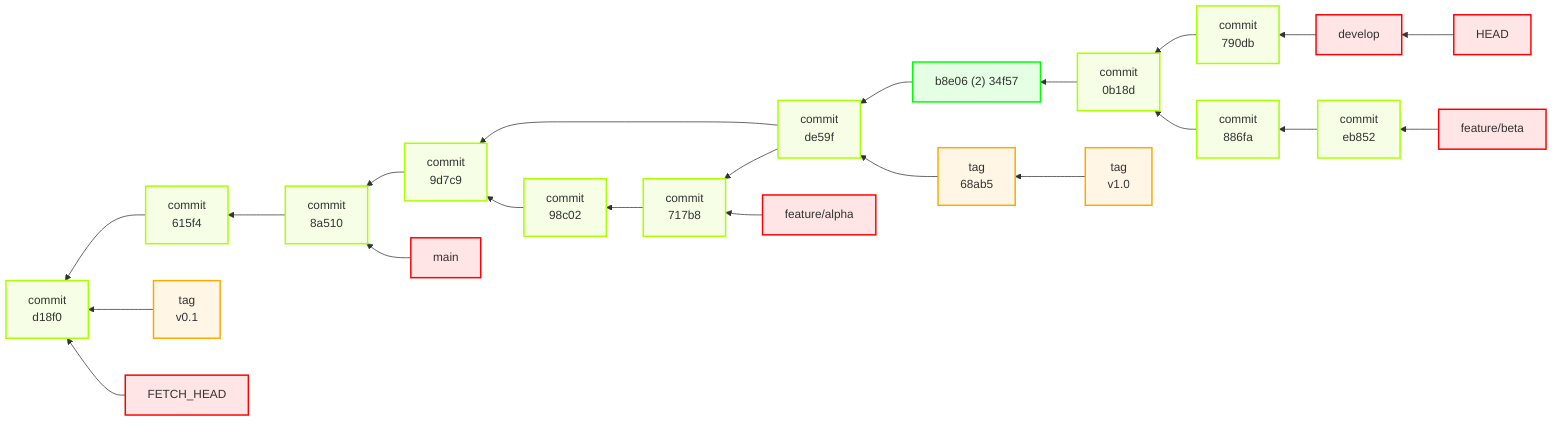
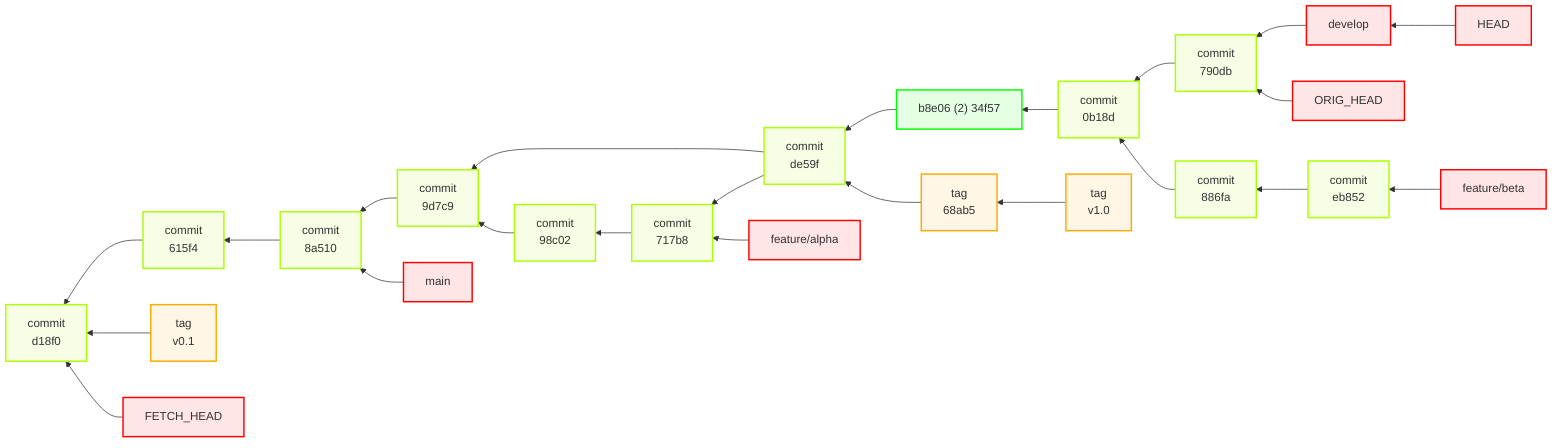
flowchart RL
    HEAD["HEAD"]
    refs_heads_develop["develop"]
    790db164f18098ef413853e56f7d93e70a2c187a["commit<br/>790db"]
    0b18da950bf84d50fbc7562a4747f13094fc85df["commit<br/>0b18d"]
    34f5775c53e87185c6f0c5342e74c9f9d9a06c40["b8e06 (2) 34f57"]
    de59f3a1667fc051ccc0b0682694585e36040bf4["commit<br/>de59f"]
    717b8ae6fe822a635bb36b718f6a7cb2a27863a5["commit<br/>717b8"]
    98c0271fb08e9ec656af44e1ce7e1f310d722f3b["commit<br/>98c02"]
    9d7c9410192654b9445d1935283210dbfa43d722["commit<br/>9d7c9"]
    8a510ae66f449135f143a5099d7f7c8755c8fe9a["commit<br/>8a510"]
    615f48cc20ab3061238d022c49147045241a004f["commit<br/>615f4"]
    d18f056029432df7a41eacf452447a111f0f4a12["commit<br/>d18f0"]
    refs_heads_feature_alpha["feature/alpha"]
    refs_heads_feature_beta["feature/beta"]
    eb852ccf183082960915022040318f9549283f89["commit<br/>eb852"]
    886fab2b89c493ab873baa91ecb1438da7321edc["commit<br/>886fa"]
    refs_heads_main["main"]
    refs_tags_v0_1["tag<br/>v0.1"]
    refs_tags_v1_0["tag<br/>v1.0"]
    68ab57a3957981ada1d7d99f5ed25152cf0c89d8["tag<br/>68ab5"]
    FETCH_HEAD["FETCH_HEAD"]
+     ORIG_HEAD["ORIG_HEAD"]
    HEAD --> refs_heads_develop
    refs_heads_develop --> 790db164f18098ef413853e56f7d93e70a2c187a
    790db164f18098ef413853e56f7d93e70a2c187a --> 0b18da950bf84d50fbc7562a4747f13094fc85df
    0b18da950bf84d50fbc7562a4747f13094fc85df --> 34f5775c53e87185c6f0c5342e74c9f9d9a06c40
    34f5775c53e87185c6f0c5342e74c9f9d9a06c40 --> de59f3a1667fc051ccc0b0682694585e36040bf4
    de59f3a1667fc051ccc0b0682694585e36040bf4 --> 9d7c9410192654b9445d1935283210dbfa43d722
    de59f3a1667fc051ccc0b0682694585e36040bf4 --> 717b8ae6fe822a635bb36b718f6a7cb2a27863a5
    717b8ae6fe822a635bb36b718f6a7cb2a27863a5 --> 98c0271fb08e9ec656af44e1ce7e1f310d722f3b
    98c0271fb08e9ec656af44e1ce7e1f310d722f3b --> 9d7c9410192654b9445d1935283210dbfa43d722
    9d7c9410192654b9445d1935283210dbfa43d722 --> 8a510ae66f449135f143a5099d7f7c8755c8fe9a
    8a510ae66f449135f143a5099d7f7c8755c8fe9a --> 615f48cc20ab3061238d022c49147045241a004f
    615f48cc20ab3061238d022c49147045241a004f --> d18f056029432df7a41eacf452447a111f0f4a12
    refs_heads_feature_alpha --> 717b8ae6fe822a635bb36b718f6a7cb2a27863a5
    refs_heads_feature_beta --> eb852ccf183082960915022040318f9549283f89
    eb852ccf183082960915022040318f9549283f89 --> 886fab2b89c493ab873baa91ecb1438da7321edc
    886fab2b89c493ab873baa91ecb1438da7321edc --> 0b18da950bf84d50fbc7562a4747f13094fc85df
    refs_heads_main --> 8a510ae66f449135f143a5099d7f7c8755c8fe9a
    refs_tags_v0_1 --> d18f056029432df7a41eacf452447a111f0f4a12
    refs_tags_v1_0 --> 68ab57a3957981ada1d7d99f5ed25152cf0c89d8
    68ab57a3957981ada1d7d99f5ed25152cf0c89d8 --> de59f3a1667fc051ccc0b0682694585e36040bf4
    FETCH_HEAD --> d18f056029432df7a41eacf452447a111f0f4a12
+     ORIG_HEAD --> 790db164f18098ef413853e56f7d93e70a2c187a
    style HEAD fill:#ffe5e5,stroke:#ff0000,stroke-width:2px
    style refs_heads_develop fill:#ffe5e5,stroke:#ff0000,stroke-width:2px
    style 790db164f18098ef413853e56f7d93e70a2c187a fill:#f6ffe5,stroke:#aaff00,stroke-width:2px
    style 0b18da950bf84d50fbc7562a4747f13094fc85df fill:#f6ffe5,stroke:#aaff00,stroke-width:2px
    style 34f5775c53e87185c6f0c5342e74c9f9d9a06c40 fill:#e5ffe5,stroke:#00ff00,stroke-width:2px
    style de59f3a1667fc051ccc0b0682694585e36040bf4 fill:#f6ffe5,stroke:#aaff00,stroke-width:2px
    style 717b8ae6fe822a635bb36b718f6a7cb2a27863a5 fill:#f6ffe5,stroke:#aaff00,stroke-width:2px
    style 98c0271fb08e9ec656af44e1ce7e1f310d722f3b fill:#f6ffe5,stroke:#aaff00,stroke-width:2px
    style 9d7c9410192654b9445d1935283210dbfa43d722 fill:#f6ffe5,stroke:#aaff00,stroke-width:2px
    style 8a510ae66f449135f143a5099d7f7c8755c8fe9a fill:#f6ffe5,stroke:#aaff00,stroke-width:2px
    style 615f48cc20ab3061238d022c49147045241a004f fill:#f6ffe5,stroke:#aaff00,stroke-width:2px
    style d18f056029432df7a41eacf452447a111f0f4a12 fill:#f6ffe5,stroke:#aaff00,stroke-width:2px
    style refs_heads_feature_alpha fill:#ffe5e5,stroke:#ff0000,stroke-width:2px
    style refs_heads_feature_beta fill:#ffe5e5,stroke:#ff0000,stroke-width:2px
    style eb852ccf183082960915022040318f9549283f89 fill:#f6ffe5,stroke:#aaff00,stroke-width:2px
    style 886fab2b89c493ab873baa91ecb1438da7321edc fill:#f6ffe5,stroke:#aaff00,stroke-width:2px
    style refs_heads_main fill:#ffe5e5,stroke:#ff0000,stroke-width:2px
    style refs_tags_v0_1 fill:#fff6e5,stroke:#ffa900,stroke-width:2px
    style refs_tags_v1_0 fill:#fff6e5,stroke:#ffa900,stroke-width:2px
    style 68ab57a3957981ada1d7d99f5ed25152cf0c89d8 fill:#fff6e5,stroke:#ffa900,stroke-width:2px
    style FETCH_HEAD fill:#ffe5e5,stroke:#ff0000,stroke-width:2px
+     style ORIG_HEAD fill:#ffe5e5,stroke:#ff0000,stroke-width:2px
